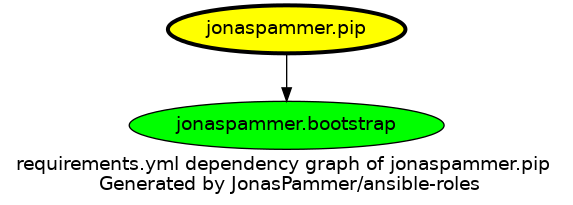
Before: graphs/dependencies_pip.png, a diagram exported from Graphviz (JonasPammer/ansible-roles). Its source is kept beside it as graphs/dependencies_pip.dot.
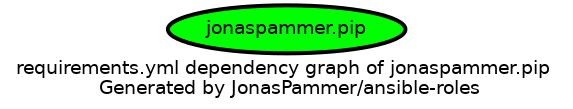
Above is the later version.

Diff of the diagram source:
```diff
@@ -3,10 +3,8 @@
   overlap=false
 
   {
-    "jonaspammer.pip" [fillcolor=yellow style=filled penwidth=3]
-    "jonaspammer.bootstrap" [fillcolor=green style=filled ]
+    "jonaspammer.pip" [fillcolor=green style=filled penwidth=3]
   }
 
 
-  "jonaspammer.pip" -> {"jonaspammer.bootstrap"}
 }
```
